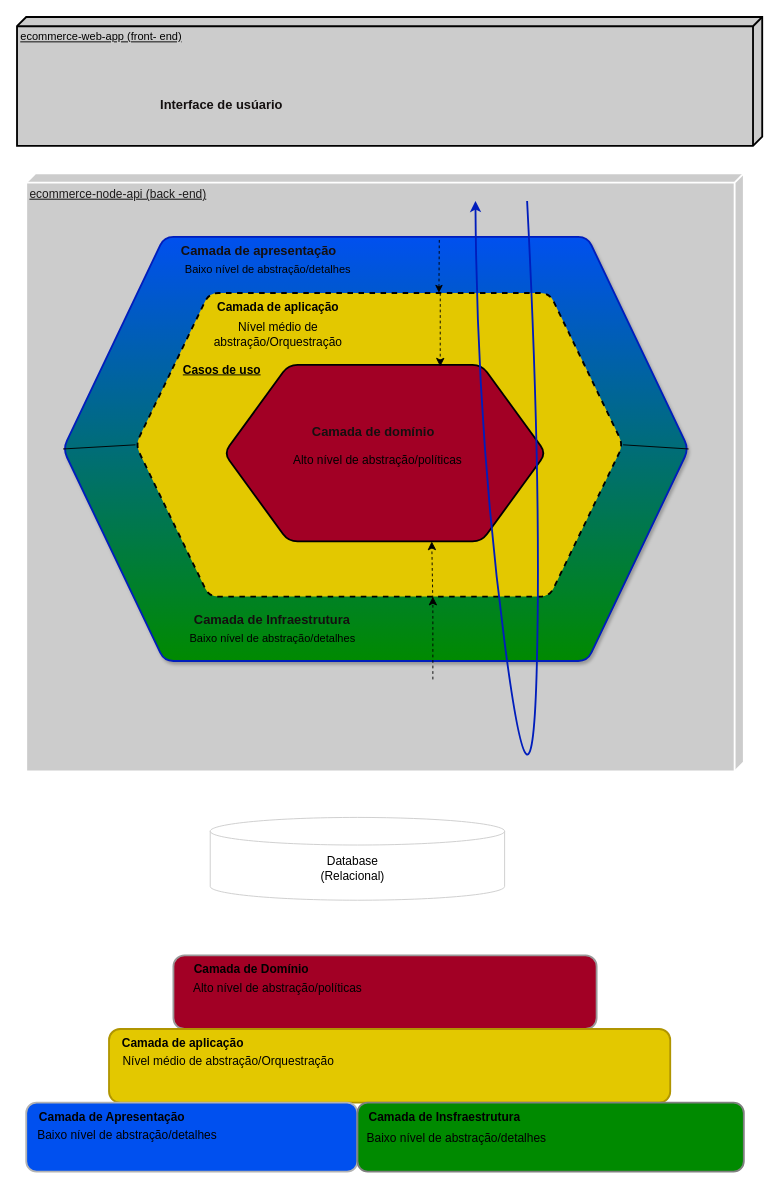
Earlier version of the draw.io diagram page "Arquitetura Hexagonal" (2 of 2) of requirements/ecommerce-arquitetura.drawio (esteroliveira33/ecommerce-node-api). Source tidied: cells renumbered, new cells numbered last; positions are measured from the earlier drawing's top-left corner, leaving out a move shared by most shapes. Both pictures are drawn from the tidied source at 92%, with x=0, y=0 at pixel (17, 17).
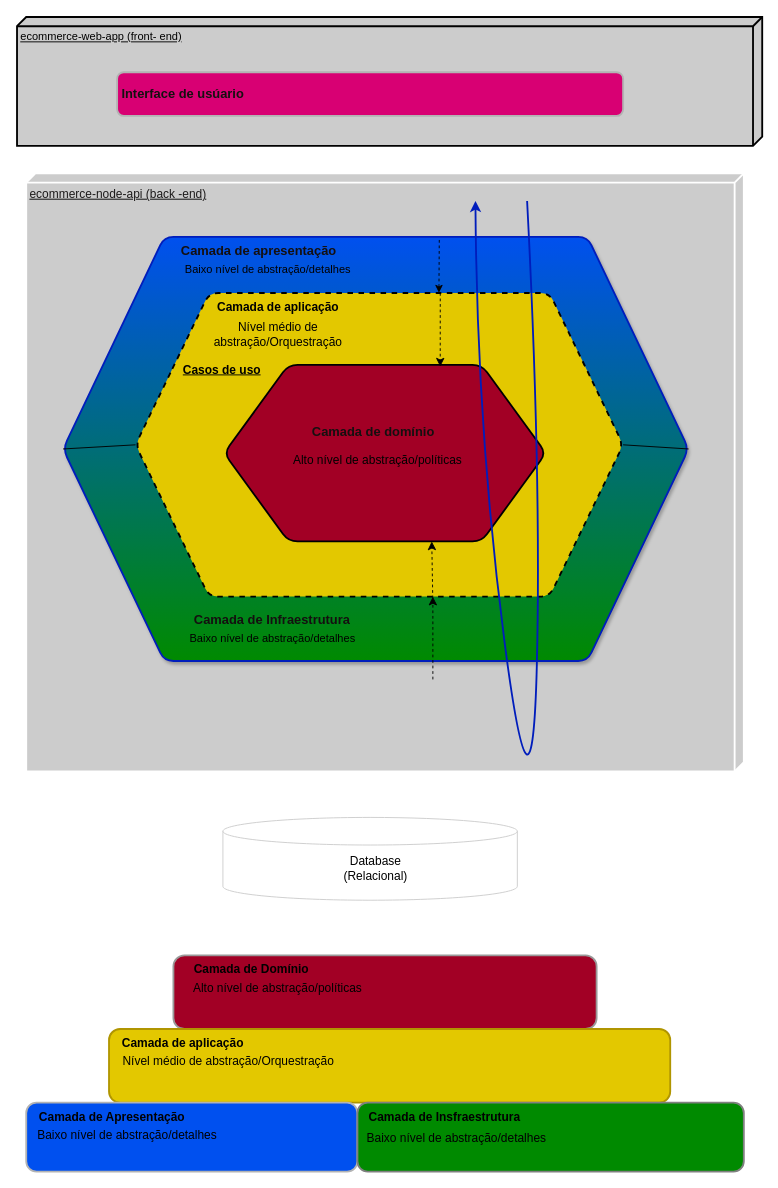
The same diagram, later.

Change to the diagram source:
```diff
@@
-    <mxCell id="4" value="&lt;font color=&quot;#141010&quot; style=&quot;font-size: 14px;&quot;&gt;&lt;b&gt;Interface de usúario&lt;/b&gt;&lt;/font&gt;" style="text;html=1;align=center;verticalAlign=middle;whiteSpace=wrap;rounded=0;strokeWidth=6;perimeterSpacing=1;" parent="1" vertex="1">
-      <mxGeometry x="115" y="80" width="215" height="30" as="geometry" />
-    </mxCell>
     <mxCell id="5" style="shape=cylinder3;whiteSpace=wrap;html=1;boundedLbl=1;backgroundOutline=1;size=15;strokeColor=#CCCCCC;fontSize=13;fontColor=#FFFFFF;fillColor=#FFFFFF;rounded=0;" parent="1" vertex="1">
-      <mxGeometry x="210" y="870" width="320" height="90" as="geometry" />
+      <mxGeometry x="223.8" y="870" width="320" height="90" as="geometry" />
     </mxCell>
     <mxCell id="6" value="&lt;font color=&quot;#000000&quot;&gt;Database (Relacional)&lt;/font&gt;" style="text;html=1;strokeColor=none;fillColor=none;align=center;verticalAlign=middle;whiteSpace=wrap;rounded=0;fontSize=13;fontColor=#FFFFFF;" parent="1" vertex="1">
-      <mxGeometry x="335" y="910" width="60" height="30" as="geometry" />
+      <mxGeometry x="360" y="910" width="60" height="30" as="geometry" />
     </mxCell>
@@
+    <mxCell id="40" style="rounded=1;whiteSpace=wrap;html=1;strokeWidth=2;fillColor=#d80073;fontColor=#ffffff;strokeColor=#B3B3B3;" parent="1" vertex="1">
+      <mxGeometry x="108.8" y="60" width="550" height="47.5" as="geometry" />
+    </mxCell>
+    <mxCell id="4" value="&lt;font color=&quot;#141010&quot; style=&quot;font-size: 14px;&quot;&gt;&lt;b&gt;Interface de usúario&lt;/b&gt;&lt;/font&gt;" style="text;html=1;align=center;verticalAlign=middle;whiteSpace=wrap;rounded=0;strokeWidth=6;perimeterSpacing=1;" parent="1" vertex="1">
+      <mxGeometry x="73" y="68.8" width="215" height="30" as="geometry" />
+    </mxCell>
```
